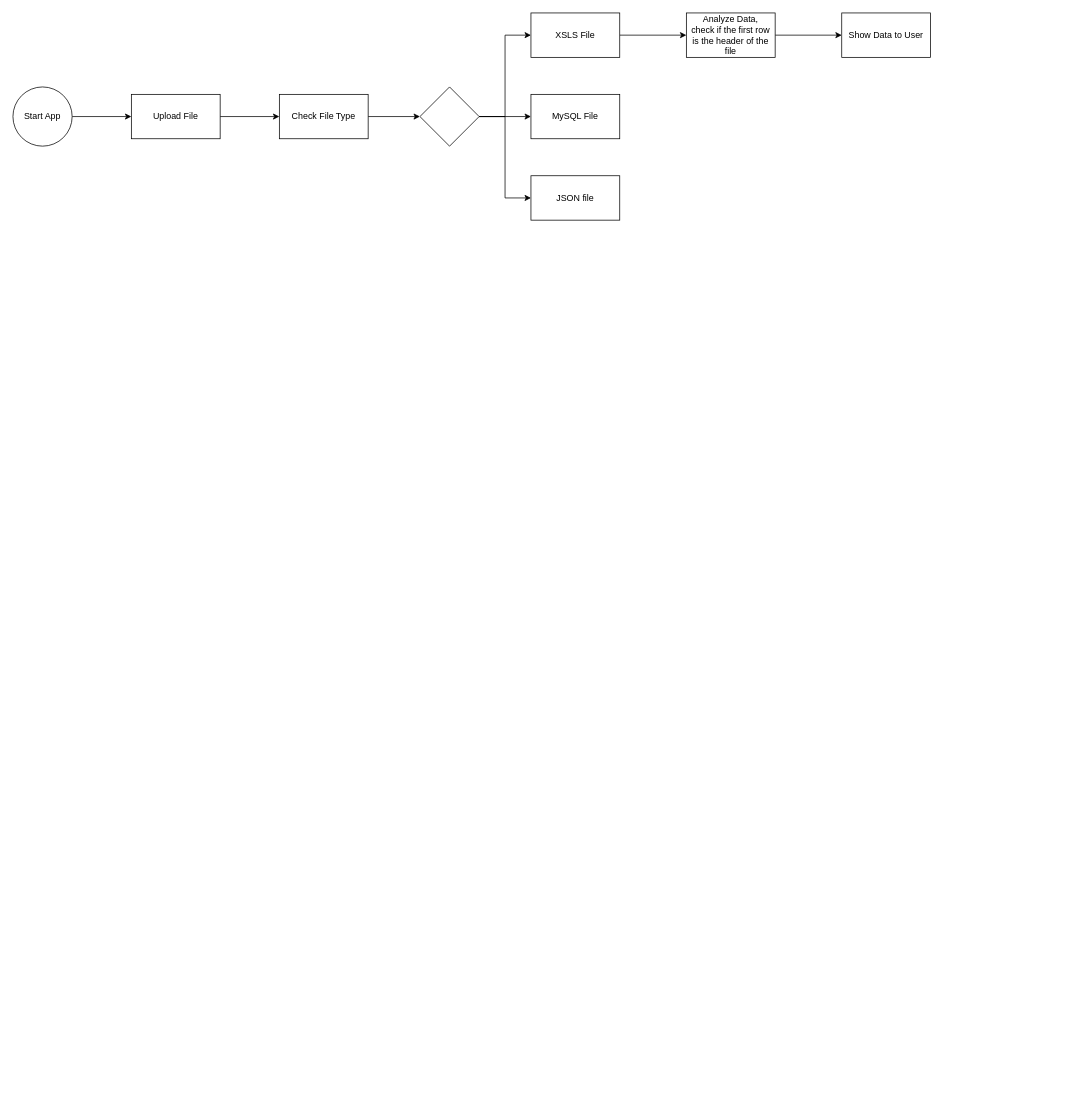
Earlier version of the draw.io diagram page "Use Case" (1 of 3) of CustomerReminderDiagram.drawio (ahmadtechnik/CustomerReminder). Source tidied: cells renumbered, new cells numbered last; positions are measured from the earlier drawing's top-left corner, leaving out a move shared by most shapes. Both pictures are drawn from the tidied source at 74%, with x=0, y=0 at pixel (13, 13).
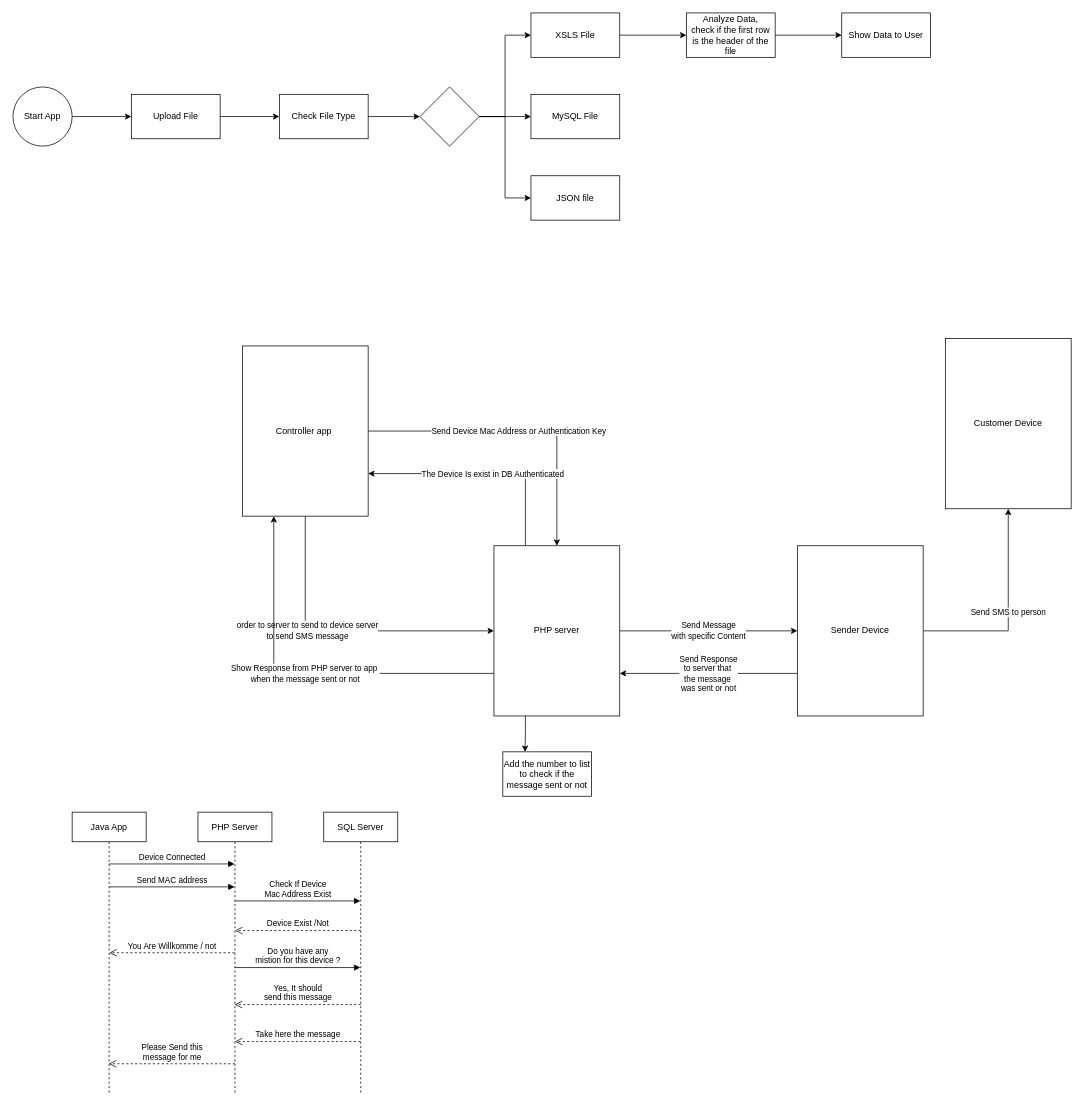
The same page after the edit.

The edit, as a diff of the source:
```diff
@@
+    <mxCell id="19" value="Customer Device" style="rounded=0;whiteSpace=wrap;html=1;" parent="1" vertex="1">
+      <mxGeometry x="1260" y="440" width="170" height="230" as="geometry" />
+    </mxCell>
+    <mxCell id="20" value="order to server to send to device server&lt;br&gt;to send SMS message&lt;br&gt;" style="edgeStyle=orthogonalEdgeStyle;rounded=0;jettySize=auto;html=1;exitX=0.5;exitY=1;exitDx=0;exitDy=0;entryX=0;entryY=0.5;entryDx=0;entryDy=0;" parent="1" edge="1" source="22" target="27">
+      <mxGeometry x="-0.23" relative="1" as="geometry" />
+    </mxCell>
+    <mxCell id="21" value="Send Device Mac Address or Authentication Key&amp;nbsp;" style="edgeStyle=orthogonalEdgeStyle;rounded=0;jettySize=auto;html=1;exitX=1;exitY=0.5;exitDx=0;exitDy=0;entryX=0.5;entryY=0;entryDx=0;entryDy=0;" parent="1" edge="1" source="22" target="27">
+      <mxGeometry relative="1" as="geometry" />
+    </mxCell>
+    <mxCell id="22" value="Controller app&amp;nbsp;" style="rounded=0;whiteSpace=wrap;html=1;" parent="1" vertex="1">
+      <mxGeometry x="310" y="450" width="170" height="230" as="geometry" />
+    </mxCell>
+    <mxCell id="23" value="Send Message&lt;br&gt;with specific Content&lt;br&gt;" style="edgeStyle=orthogonalEdgeStyle;rounded=0;jettySize=auto;html=1;exitX=1;exitY=0.5;exitDx=0;exitDy=0;entryX=0;entryY=0.5;entryDx=0;entryDy=0;" parent="1" edge="1" source="27" target="30">
+      <mxGeometry relative="1" as="geometry" />
+    </mxCell>
+    <mxCell id="24" value="Show Response from PHP server to app&amp;nbsp;&lt;br&gt;when the message sent or not&lt;br&gt;" style="edgeStyle=orthogonalEdgeStyle;rounded=0;jettySize=auto;html=1;exitX=0;exitY=0.75;exitDx=0;exitDy=0;entryX=0.25;entryY=1;entryDx=0;entryDy=0;" parent="1" edge="1" source="27" target="22">
+      <mxGeometry relative="1" as="geometry" />
+    </mxCell>
+    <mxCell id="25" style="edgeStyle=orthogonalEdgeStyle;rounded=0;jettySize=auto;html=1;exitX=0.25;exitY=1;exitDx=0;exitDy=0;entryX=0.25;entryY=0;entryDx=0;entryDy=0;" parent="1" edge="1" source="27" target="31">
+      <mxGeometry relative="1" as="geometry" />
+    </mxCell>
+    <mxCell id="26" value="The Device Is exist in DB Authenticated&amp;nbsp;" style="edgeStyle=orthogonalEdgeStyle;rounded=0;jettySize=auto;html=1;exitX=0.25;exitY=0;exitDx=0;exitDy=0;entryX=1;entryY=0.75;entryDx=0;entryDy=0;" parent="1" edge="1" source="27" target="22">
+      <mxGeometry x="0.02" y="-18" relative="1" as="geometry">
+        <mxPoint x="18" y="18" as="offset" />
+      </mxGeometry>
+    </mxCell>
+    <mxCell id="27" value="PHP server" style="rounded=0;whiteSpace=wrap;html=1;" parent="1" vertex="1">
+      <mxGeometry x="650" y="720" width="170" height="230" as="geometry" />
+    </mxCell>
+    <mxCell id="28" value="Send SMS to person" style="edgeStyle=orthogonalEdgeStyle;rounded=0;jettySize=auto;html=1;exitX=1;exitY=0.5;exitDx=0;exitDy=0;entryX=0.5;entryY=1;entryDx=0;entryDy=0;" parent="1" edge="1" source="30" target="19">
+      <mxGeometry relative="1" as="geometry" />
+    </mxCell>
+    <mxCell id="29" value="Send Response&lt;br&gt;to server that&amp;nbsp;&lt;br&gt;the message&amp;nbsp;&lt;br&gt;was sent or not&lt;br&gt;" style="edgeStyle=orthogonalEdgeStyle;rounded=0;jettySize=auto;html=1;exitX=0;exitY=0.75;exitDx=0;exitDy=0;entryX=1;entryY=0.75;entryDx=0;entryDy=0;" parent="1" edge="1" source="30" target="27">
+      <mxGeometry relative="1" as="geometry" />
+    </mxCell>
+    <mxCell id="30" value="Sender Device" style="rounded=0;whiteSpace=wrap;html=1;" parent="1" vertex="1">
+      <mxGeometry x="1060" y="720" width="170" height="230" as="geometry" />
+    </mxCell>
+    <mxCell id="31" value="Add the number to list to check if the message sent or not" style="rounded=0;whiteSpace=wrap;html=1;" parent="1" vertex="1">
+      <mxGeometry x="662" y="998.5" width="120" height="60" as="geometry" />
+    </mxCell>
+    <mxCell id="32" value="PHP Server" style="shape=umlLifeline;perimeter=lifelinePerimeter;whiteSpace=wrap;html=1;outlineConnect=0;" parent="1" vertex="1">
+      <mxGeometry x="250" y="1080" width="100" height="380" as="geometry" />
+    </mxCell>
+    <mxCell id="33" value="Do you have any&lt;br&gt;mistion for this device ?" style="html=1;verticalAlign=bottom;endArrow=block;" parent="32" edge="1" target="38">
+      <mxGeometry relative="1" as="geometry">
+        <mxPoint x="50" y="210" as="sourcePoint" />
+      </mxGeometry>
+    </mxCell>
+    <mxCell id="34" value="Take here the message" style="html=1;verticalAlign=bottom;endArrow=open;dashed=1;endSize=8;" parent="32" edge="1" source="38">
+      <mxGeometry relative="1" as="geometry">
+        <mxPoint x="50" y="310" as="targetPoint" />
+      </mxGeometry>
+    </mxCell>
+    <mxCell id="35" value="Java App" style="shape=umlLifeline;perimeter=lifelinePerimeter;whiteSpace=wrap;html=1;outlineConnect=0;" parent="1" vertex="1">
+      <mxGeometry x="80" y="1080" width="100" height="380" as="geometry" />
+    </mxCell>
+    <mxCell id="36" value="Device Connected" style="html=1;verticalAlign=bottom;endArrow=block;" parent="1" edge="1">
+      <mxGeometry relative="1" as="geometry">
+        <mxPoint x="130.1" y="1150" as="sourcePoint" />
+        <mxPoint x="299.5" y="1150" as="targetPoint" />
+      </mxGeometry>
+    </mxCell>
+    <mxCell id="37" value="Send MAC address" style="html=1;verticalAlign=bottom;endArrow=block;" parent="1" edge="1">
+      <mxGeometry relative="1" as="geometry">
+        <mxPoint x="130.1" y="1181" as="sourcePoint" />
+        <mxPoint x="299.5" y="1181" as="targetPoint" />
+      </mxGeometry>
+    </mxCell>
+    <mxCell id="38" value="SQL Server" style="shape=umlLifeline;perimeter=lifelinePerimeter;whiteSpace=wrap;html=1;outlineConnect=0;" parent="1" vertex="1">
+      <mxGeometry x="420" y="1080" width="100" height="380" as="geometry" />
+    </mxCell>
+    <mxCell id="39" value="Check If Device &lt;br&gt;Mac Address Exist" style="html=1;verticalAlign=bottom;endArrow=block;" parent="1" edge="1">
+      <mxGeometry relative="1" as="geometry">
+        <mxPoint x="300.1" y="1200" as="sourcePoint" />
+        <mxPoint x="469.5" y="1200" as="targetPoint" />
+      </mxGeometry>
+    </mxCell>
+    <mxCell id="40" value="Device Exist /Not" style="html=1;verticalAlign=bottom;endArrow=open;dashed=1;endSize=8;" parent="1" edge="1">
+      <mxGeometry relative="1" as="geometry">
+        <mxPoint x="470" y="1240" as="sourcePoint" />
+        <mxPoint x="300.1" y="1240" as="targetPoint" />
+      </mxGeometry>
+    </mxCell>
+    <mxCell id="41" value="You Are Willkomme / not" style="html=1;verticalAlign=bottom;endArrow=open;dashed=1;endSize=8;" parent="1" edge="1">
+      <mxGeometry relative="1" as="geometry">
+        <mxPoint x="299.5" y="1270" as="sourcePoint" />
+        <mxPoint x="130.2" y="1270" as="targetPoint" />
+      </mxGeometry>
+    </mxCell>
+    <mxCell id="42" value="Yes, It should &lt;br&gt;send this message" style="html=1;verticalAlign=bottom;endArrow=open;dashed=1;endSize=8;" parent="1" edge="1" target="32">
+      <mxGeometry relative="1" as="geometry">
+        <mxPoint x="470" y="1340" as="sourcePoint" />
+      </mxGeometry>
+    </mxCell>
+    <mxCell id="43" value="Please Send this&lt;br&gt;message for me" style="html=1;verticalAlign=bottom;endArrow=open;dashed=1;endSize=8;" parent="1" edge="1" target="35">
+      <mxGeometry relative="1" as="geometry">
+        <mxPoint x="300" y="1420" as="sourcePoint" />
+      </mxGeometry>
+    </mxCell>
```
